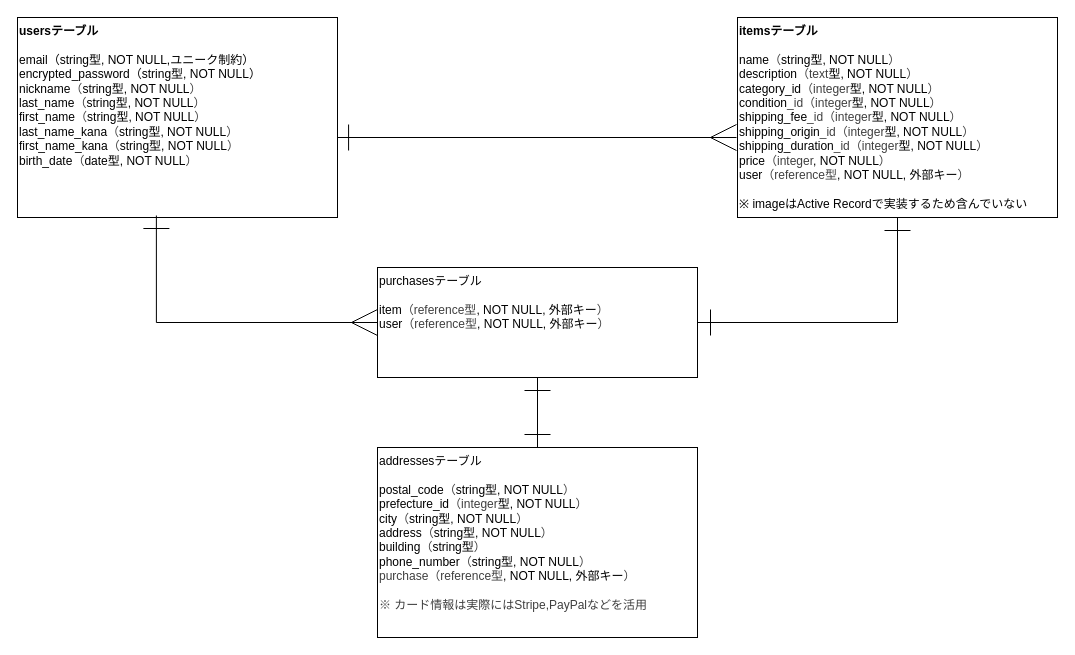
Before: frima.dio in AS062206/furima-42123, a draw.io diagram. Source tidied: cells renumbered, new cells numbered last; positions are measured from the earlier drawing's top-left corner, leaving out a move shared by most shapes. Both pictures are drawn from the tidied source at 100%, with x=0, y=0 at pixel (17, 17).
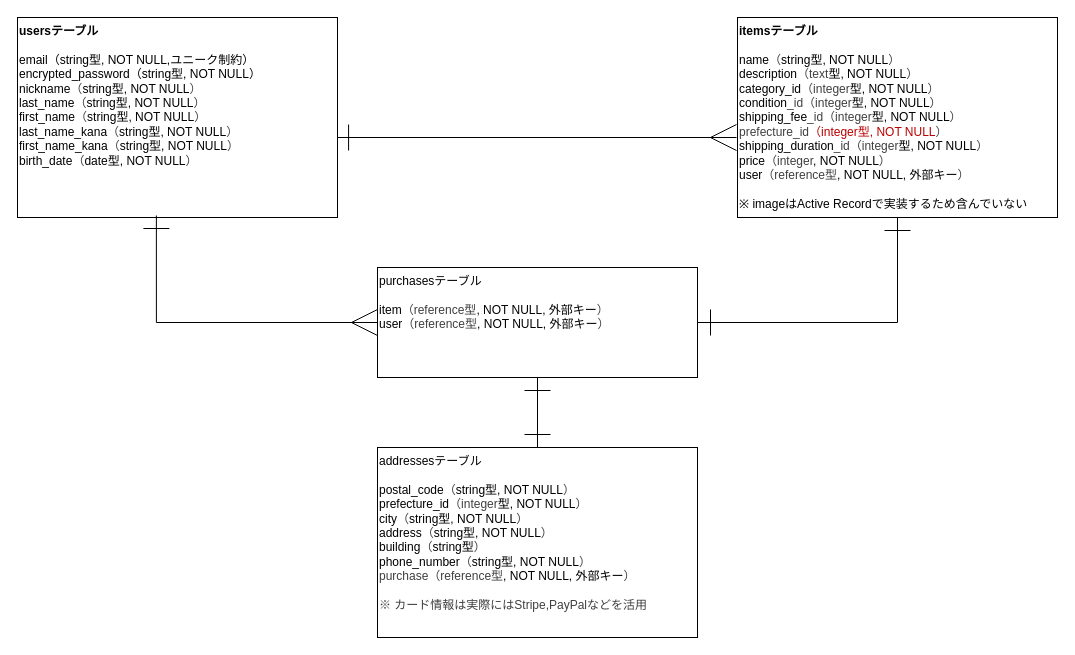
Above is the later version.

Diff of the diagram source:
```diff
@@
 <mxGraphModel>
   <root>
     <mxCell id="0" />
     <mxCell id="1" parent="0" />
     <mxCell id="2" style="edgeStyle=none;html=1;exitX=0.994;exitY=0.6;exitDx=0;exitDy=0;rounded=0;curved=0;startArrow=ERone;startFill=0;endArrow=ERmany;endFill=0;strokeWidth=1;exitPerimeter=0;endSize=24;startSize=24;" parent="1" edge="1" source="3">
       <mxGeometry relative="1" as="geometry">
         <mxPoint x="719" y="120" as="targetPoint" />
       </mxGeometry>
     </mxCell>
     <mxCell id="3" value="&lt;b&gt;usersテーブル&lt;br&gt;&lt;/b&gt;&lt;br&gt;    email（string型, NOT NULL,ユニーク制約）&lt;div&gt;encrypted_password（&lt;span style=&quot;color: rgb(0, 0, 0); background-color: transparent;&quot;&gt;string型, NOT NULL&lt;/span&gt;&lt;span style=&quot;background-color: transparent;&quot;&gt;）&lt;/span&gt;&lt;/div&gt;&lt;div&gt;nickname&lt;span style=&quot;background-color: transparent; color: rgb(63, 63, 63);&quot;&gt;（&lt;/span&gt;&lt;span style=&quot;background-color: transparent; color: rgb(0, 0, 0);&quot;&gt;string型, NOT NULL&lt;/span&gt;&lt;span style=&quot;background-color: transparent; color: rgb(63, 63, 63);&quot;&gt;）&lt;/span&gt;&lt;/div&gt;&lt;div&gt;last_name&lt;span style=&quot;background-color: transparent; color: rgb(63, 63, 63);&quot;&gt;（&lt;/span&gt;&lt;span style=&quot;background-color: transparent; color: rgb(0, 0, 0);&quot;&gt;string型, NOT NULL&lt;/span&gt;&lt;span style=&quot;background-color: transparent; color: rgb(63, 63, 63);&quot;&gt;）&lt;/span&gt;&lt;/div&gt;&lt;div&gt;first_name&lt;span style=&quot;background-color: transparent; color: rgb(63, 63, 63);&quot;&gt;（&lt;/span&gt;&lt;span style=&quot;background-color: transparent; color: rgb(0, 0, 0);&quot;&gt;string型, NOT NULL&lt;/span&gt;&lt;span style=&quot;background-color: transparent; color: rgb(63, 63, 63);&quot;&gt;）&lt;/span&gt;&lt;/div&gt;&lt;div&gt;last_name_kana&lt;span style=&quot;background-color: transparent; color: rgb(63, 63, 63);&quot;&gt;（&lt;/span&gt;&lt;span style=&quot;background-color: transparent; color: rgb(0, 0, 0);&quot;&gt;string型, NOT NULL&lt;/span&gt;&lt;span style=&quot;background-color: transparent; color: rgb(63, 63, 63);&quot;&gt;）&lt;/span&gt;&lt;/div&gt;&lt;div&gt;first_name_kana&lt;span style=&quot;background-color: transparent; color: rgb(63, 63, 63);&quot;&gt;（&lt;/span&gt;&lt;span style=&quot;background-color: transparent; color: rgb(0, 0, 0);&quot;&gt;string型, NOT NULL&lt;/span&gt;&lt;span style=&quot;background-color: transparent; color: rgb(63, 63, 63);&quot;&gt;）&lt;/span&gt;&lt;/div&gt;&lt;div&gt;birth_date&lt;span style=&quot;background-color: transparent; color: rgb(63, 63, 63);&quot;&gt;（&lt;/span&gt;&lt;span style=&quot;background-color: transparent;&quot;&gt;&lt;font color=&quot;#000000&quot;&gt;date型, NOT NULL&lt;/font&gt;&lt;/span&gt;&lt;span style=&quot;background-color: transparent; color: rgb(63, 63, 63);&quot;&gt;）&lt;/span&gt;&lt;/div&gt;" style="rounded=0;whiteSpace=wrap;html=1;align=left;verticalAlign=top;" parent="1" vertex="1">
       <mxGeometry width="320" height="200" as="geometry" />
     </mxCell>
     <mxCell id="4" style="edgeStyle=orthogonalEdgeStyle;html=1;exitX=0.5;exitY=1;exitDx=0;exitDy=0;rounded=0;curved=0;endArrow=ERone;endFill=0;startArrow=ERone;startFill=0;endSize=24;startSize=24;entryX=1;entryY=0.5;entryDx=0;entryDy=0;" parent="1" edge="1" source="5" target="7">
       <mxGeometry relative="1" as="geometry" />
     </mxCell>
-    <mxCell id="5" value="&lt;b&gt;itemsテーブル&lt;/b&gt;&lt;br&gt;&lt;br&gt;   name&lt;span style=&quot;background-color: transparent; color: rgb(63, 63, 63);&quot;&gt;（&lt;/span&gt;&lt;span style=&quot;background-color: transparent; color: rgb(0, 0, 0);&quot;&gt;string型, NOT NULL&lt;/span&gt;&lt;span style=&quot;background-color: transparent; color: rgb(63, 63, 63);&quot;&gt;）&lt;/span&gt;&lt;div&gt;description&lt;span style=&quot;background-color: transparent; color: rgb(63, 63, 63);&quot;&gt;（text&lt;/span&gt;&lt;span style=&quot;background-color: transparent; color: rgb(0, 0, 0);&quot;&gt;型, NOT NULL&lt;/span&gt;&lt;span style=&quot;background-color: transparent; color: rgb(63, 63, 63);&quot;&gt;）&lt;/span&gt;&lt;/div&gt;&lt;div&gt;category_id&lt;span style=&quot;background-color: transparent; color: rgb(63, 63, 63);&quot;&gt;（integer&lt;/span&gt;&lt;span style=&quot;background-color: transparent; color: rgb(0, 0, 0);&quot;&gt;型, NOT NULL&lt;/span&gt;&lt;span style=&quot;background-color: transparent; color: rgb(63, 63, 63);&quot;&gt;）&lt;/span&gt;&lt;/div&gt;&lt;div&gt;condition&lt;span style=&quot;background-color: transparent; color: rgb(0, 0, 0);&quot;&gt;&lt;span style=&quot;color: rgb(63, 63, 63);&quot;&gt;_id&lt;/span&gt;&lt;span style=&quot;background-color: transparent; color: rgb(63, 63, 63);&quot;&gt;（integer&lt;/span&gt;型, NOT NULL&lt;/span&gt;&lt;span style=&quot;background-color: transparent; color: rgb(63, 63, 63);&quot;&gt;）&lt;/span&gt;&lt;/div&gt;&lt;div&gt;shipping_fee&lt;span style=&quot;background-color: transparent; color: rgb(0, 0, 0);&quot;&gt;&lt;span style=&quot;color: rgb(63, 63, 63);&quot;&gt;_id&lt;/span&gt;&lt;span style=&quot;background-color: transparent; color: rgb(63, 63, 63);&quot;&gt;（integer&lt;/span&gt;型, NOT NULL&lt;/span&gt;&lt;span style=&quot;background-color: transparent; color: rgb(63, 63, 63);&quot;&gt;）&lt;/span&gt;&lt;/div&gt;&lt;div&gt;shipping_origin&lt;span style=&quot;background-color: transparent; color: rgb(0, 0, 0);&quot;&gt;&lt;span style=&quot;color: rgb(63, 63, 63);&quot;&gt;_id&lt;/span&gt;&lt;span style=&quot;background-color: transparent; color: rgb(63, 63, 63);&quot;&gt;（integer&lt;/span&gt;型, NOT NULL&lt;/span&gt;&lt;span style=&quot;background-color: transparent; color: rgb(63, 63, 63);&quot;&gt;）&lt;/span&gt;&lt;/div&gt;&lt;div&gt;shipping_duration&lt;span style=&quot;background-color: transparent; color: rgb(0, 0, 0);&quot;&gt;&lt;span style=&quot;color: rgb(63, 63, 63);&quot;&gt;_id&lt;/span&gt;&lt;span style=&quot;background-color: transparent; color: rgb(63, 63, 63);&quot;&gt;（integer&lt;/span&gt;型, NOT NULL&lt;/span&gt;&lt;span style=&quot;background-color: transparent; color: rgb(63, 63, 63);&quot;&gt;）&lt;/span&gt;&lt;/div&gt;&lt;div&gt;price&lt;span style=&quot;background-color: transparent; color: rgb(63, 63, 63);&quot;&gt;（integer&lt;/span&gt;&lt;span style=&quot;background-color: transparent; color: rgb(0, 0, 0);&quot;&gt;, NOT NULL&lt;/span&gt;&lt;span style=&quot;background-color: transparent; color: rgb(63, 63, 63);&quot;&gt;）&lt;/span&gt;&lt;/div&gt;&lt;div&gt;user&lt;span style=&quot;color: rgb(63, 63, 63); background-color: transparent;&quot;&gt;（reference型&lt;/span&gt;&lt;span style=&quot;color: rgb(0, 0, 0); background-color: transparent;&quot;&gt;, NOT NULL, 外部キー&lt;/span&gt;&lt;span style=&quot;color: rgb(63, 63, 63); background-color: transparent;&quot;&gt;）&lt;/span&gt;&lt;br&gt;&lt;br&gt;※ imageはActive Recordで実装するため含んでいない&lt;/div&gt;" style="rounded=0;whiteSpace=wrap;html=1;align=left;verticalAlign=top;horizontal=1;" parent="1" vertex="1">
+    <mxCell id="5" value="&lt;b&gt;itemsテーブル&lt;/b&gt;&lt;br&gt;&lt;br&gt;   name&lt;span style=&quot;background-color: transparent; color: rgb(63, 63, 63);&quot;&gt;（&lt;/span&gt;&lt;span style=&quot;background-color: transparent; color: rgb(0, 0, 0);&quot;&gt;string型, NOT NULL&lt;/span&gt;&lt;span style=&quot;background-color: transparent; color: rgb(63, 63, 63);&quot;&gt;）&lt;/span&gt;&lt;div&gt;description&lt;span style=&quot;background-color: transparent; color: rgb(63, 63, 63);&quot;&gt;（text&lt;/span&gt;&lt;span style=&quot;background-color: transparent; color: rgb(0, 0, 0);&quot;&gt;型, NOT NULL&lt;/span&gt;&lt;span style=&quot;background-color: transparent; color: rgb(63, 63, 63);&quot;&gt;）&lt;/span&gt;&lt;/div&gt;&lt;div&gt;category_id&lt;span style=&quot;background-color: transparent; color: rgb(63, 63, 63);&quot;&gt;（integer&lt;/span&gt;&lt;span style=&quot;background-color: transparent; color: rgb(0, 0, 0);&quot;&gt;型, NOT NULL&lt;/span&gt;&lt;span style=&quot;background-color: transparent; color: rgb(63, 63, 63);&quot;&gt;）&lt;/span&gt;&lt;/div&gt;&lt;div&gt;condition&lt;span style=&quot;background-color: transparent; color: rgb(0, 0, 0);&quot;&gt;&lt;span style=&quot;color: rgb(63, 63, 63);&quot;&gt;_id&lt;/span&gt;&lt;span style=&quot;background-color: transparent; color: rgb(63, 63, 63);&quot;&gt;（integer&lt;/span&gt;型, NOT NULL&lt;/span&gt;&lt;span style=&quot;background-color: transparent; color: rgb(63, 63, 63);&quot;&gt;）&lt;/span&gt;&lt;/div&gt;&lt;div&gt;shipping_fee&lt;span style=&quot;background-color: transparent; color: rgb(0, 0, 0);&quot;&gt;&lt;span style=&quot;color: rgb(63, 63, 63);&quot;&gt;_id&lt;/span&gt;&lt;span style=&quot;background-color: transparent; color: rgb(63, 63, 63);&quot;&gt;（integer&lt;/span&gt;型, NOT NULL&lt;/span&gt;&lt;span style=&quot;background-color: transparent; color: rgb(63, 63, 63);&quot;&gt;）&lt;/span&gt;&lt;/div&gt;&lt;div&gt;&lt;span style=&quot;background-color: transparent; color: rgb(0, 0, 0);&quot;&gt;&lt;span style=&quot;background-color: transparent; color: rgb(63, 63, 63);&quot;&gt;&lt;span style=&quot;background-color: transparent;&quot;&gt;prefecture_id&lt;/span&gt;&lt;font color=&quot;rgba(0, 0, 0, 0)&quot;&gt;（integer&lt;/font&gt;&lt;/span&gt;&lt;font color=&quot;rgba(0, 0, 0, 0)&quot;&gt;型, NOT NULL&lt;/font&gt;&lt;/span&gt;&lt;span style=&quot;background-color: transparent; color: rgb(63, 63, 63);&quot;&gt;）&lt;/span&gt;&lt;/div&gt;&lt;div&gt;shipping_duration&lt;span style=&quot;background-color: transparent; color: rgb(0, 0, 0);&quot;&gt;&lt;span style=&quot;color: rgb(63, 63, 63);&quot;&gt;_id&lt;/span&gt;&lt;span style=&quot;background-color: transparent; color: rgb(63, 63, 63);&quot;&gt;（integer&lt;/span&gt;型, NOT NULL&lt;/span&gt;&lt;span style=&quot;background-color: transparent; color: rgb(63, 63, 63);&quot;&gt;）&lt;/span&gt;&lt;/div&gt;&lt;div&gt;price&lt;span style=&quot;background-color: transparent; color: rgb(63, 63, 63);&quot;&gt;（integer&lt;/span&gt;&lt;span style=&quot;background-color: transparent; color: rgb(0, 0, 0);&quot;&gt;, NOT NULL&lt;/span&gt;&lt;span style=&quot;background-color: transparent; color: rgb(63, 63, 63);&quot;&gt;）&lt;/span&gt;&lt;/div&gt;&lt;div&gt;user&lt;span style=&quot;color: rgb(63, 63, 63); background-color: transparent;&quot;&gt;（reference型&lt;/span&gt;&lt;span style=&quot;color: rgb(0, 0, 0); background-color: transparent;&quot;&gt;, NOT NULL, 外部キー&lt;/span&gt;&lt;span style=&quot;color: rgb(63, 63, 63); background-color: transparent;&quot;&gt;）&lt;/span&gt;&lt;br&gt;&lt;br&gt;※ imageはActive Recordで実装するため含んでいない&lt;/div&gt;" style="rounded=0;whiteSpace=wrap;html=1;align=left;verticalAlign=top;horizontal=1;" parent="1" vertex="1">
       <mxGeometry x="720" width="320" height="200" as="geometry" />
     </mxCell>
     <mxCell id="6" style="edgeStyle=orthogonalEdgeStyle;html=1;exitX=0;exitY=0.5;exitDx=0;exitDy=0;entryX=0.434;entryY=0.99;entryDx=0;entryDy=0;entryPerimeter=0;rounded=0;curved=0;endArrow=ERone;endFill=0;startArrow=ERmany;startFill=0;endSize=24;startSize=24;" parent="1" edge="1" source="7" target="3">
       <mxGeometry relative="1" as="geometry" />
     </mxCell>
     <mxCell id="7" value="purchasesテーブル&lt;br&gt;&lt;br&gt;&lt;div&gt;&lt;span style=&quot;background-color: transparent;&quot;&gt;item&lt;/span&gt;&lt;span style=&quot;background-color: transparent; color: rgb(63, 63, 63);&quot;&gt;（reference型&lt;/span&gt;&lt;span style=&quot;background-color: transparent; color: rgb(0, 0, 0);&quot;&gt;, NOT NULL, 外部キー&lt;/span&gt;&lt;span style=&quot;background-color: transparent; color: rgb(63, 63, 63);&quot;&gt;）&lt;/span&gt;&lt;div&gt;user&lt;span style=&quot;background-color: transparent; color: rgb(63, 63, 63);&quot;&gt;（reference型&lt;/span&gt;&lt;span style=&quot;background-color: transparent; color: rgb(0, 0, 0);&quot;&gt;, NOT NULL, 外部キー&lt;/span&gt;&lt;span style=&quot;background-color: transparent; color: rgb(63, 63, 63);&quot;&gt;）&lt;/span&gt;&lt;/div&gt;&lt;/div&gt;" style="rounded=0;whiteSpace=wrap;html=1;align=left;verticalAlign=top;" parent="1" vertex="1">
       <mxGeometry x="360" y="250" width="320" height="110" as="geometry" />
     </mxCell>
     <mxCell id="8" value="addressesテーブル&lt;br&gt;&lt;br&gt;postal_code&lt;span style=&quot;color: rgb(63, 63, 63);&quot;&gt;（&lt;/span&gt;&lt;span style=&quot;background-color: transparent; color: rgb(0, 0, 0);&quot;&gt;string型, NOT NULL&lt;/span&gt;&lt;span style=&quot;color: rgb(63, 63, 63); background-color: transparent;&quot;&gt;）&lt;/span&gt;&lt;br&gt;prefecture_id&lt;span style=&quot;color: rgb(63, 63, 63);&quot;&gt;（integer&lt;/span&gt;&lt;span style=&quot;background-color: transparent; color: rgb(0, 0, 0);&quot;&gt;型, NOT NULL&lt;/span&gt;&lt;span style=&quot;color: rgb(63, 63, 63); background-color: transparent;&quot;&gt;）&lt;/span&gt;&lt;br&gt;city&lt;span style=&quot;color: rgb(63, 63, 63);&quot;&gt;（&lt;/span&gt;&lt;span style=&quot;background-color: transparent; color: rgb(0, 0, 0);&quot;&gt;string型, NOT NULL&lt;/span&gt;&lt;span style=&quot;color: rgb(63, 63, 63); background-color: transparent;&quot;&gt;）&lt;/span&gt;&lt;br&gt;address&lt;span style=&quot;color: rgb(63, 63, 63);&quot;&gt;（&lt;/span&gt;&lt;span style=&quot;background-color: transparent; color: rgb(0, 0, 0);&quot;&gt;string型, NOT NULL&lt;/span&gt;&lt;span style=&quot;color: rgb(63, 63, 63); background-color: transparent;&quot;&gt;）&lt;/span&gt;&lt;br&gt;building&lt;span style=&quot;color: rgb(63, 63, 63);&quot;&gt;（&lt;/span&gt;&lt;span style=&quot;background-color: transparent; color: rgb(0, 0, 0);&quot;&gt;string型&lt;/span&gt;&lt;span style=&quot;color: rgb(63, 63, 63); background-color: transparent;&quot;&gt;）&lt;/span&gt;&lt;br&gt;phone_number&lt;span style=&quot;color: rgb(63, 63, 63);&quot;&gt;（&lt;/span&gt;&lt;span style=&quot;background-color: transparent; color: rgb(0, 0, 0);&quot;&gt;string型, NOT NULL&lt;/span&gt;&lt;span style=&quot;color: rgb(63, 63, 63); background-color: transparent;&quot;&gt;）&lt;/span&gt;&lt;div&gt;&lt;span style=&quot;background-color: transparent; color: rgb(63, 63, 63);&quot;&gt;purchase（reference型&lt;/span&gt;&lt;span style=&quot;background-color: transparent; color: rgb(0, 0, 0);&quot;&gt;, NOT NULL, 外部キー&lt;/span&gt;&lt;span style=&quot;background-color: transparent; color: rgb(63, 63, 63);&quot;&gt;）&lt;/span&gt;&lt;/div&gt;&lt;div&gt;&lt;div&gt;&lt;div&gt; &lt;div&gt;&lt;span style=&quot;background-color: transparent; color: rgb(63, 63, 63);&quot;&gt;&lt;br&gt;&lt;/span&gt;&lt;/div&gt;&lt;div&gt;&lt;span style=&quot;background-color: transparent; color: rgb(63, 63, 63);&quot;&gt;&lt;span style=&quot;color: rgb(63, 63, 63);&quot;&gt;※ カード情報は実際にはStripe,PayPalなどを活用&lt;/span&gt;&lt;/span&gt;&lt;/div&gt;&lt;/div&gt;&lt;/div&gt;&lt;/div&gt;" style="rounded=0;whiteSpace=wrap;html=1;align=left;verticalAlign=top;" parent="1" vertex="1">
       <mxGeometry x="360" y="430" width="320" height="190" as="geometry" />
     </mxCell>
     <mxCell id="9" style="edgeStyle=orthogonalEdgeStyle;html=1;exitX=0.5;exitY=1;exitDx=0;exitDy=0;rounded=0;curved=0;endArrow=ERone;endFill=0;startArrow=ERone;startFill=0;endSize=24;startSize=24;entryX=0.5;entryY=0;entryDx=0;entryDy=0;" parent="1" edge="1" source="7" target="8">
       <mxGeometry relative="1" as="geometry" />
     </mxCell>
   </root>
 </mxGraphModel>
```
